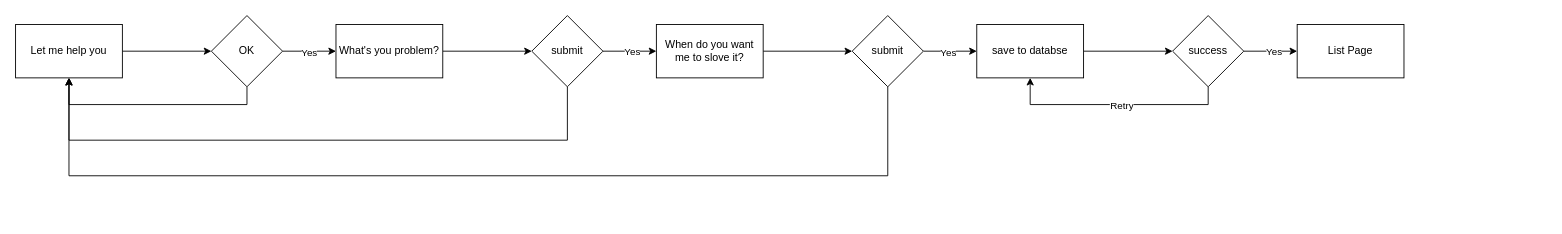
This is assets/未命名绘图.drawio from GitHubJiKe/drawio-assets, a draw.io file, before an edit. Source tidied: cells renumbered, new cells numbered last; positions are measured from the earlier drawing's top-left corner, leaving out a move shared by most shapes. Both pictures are drawn from the tidied source at 89%, with x=0, y=0 at pixel (15, 15).
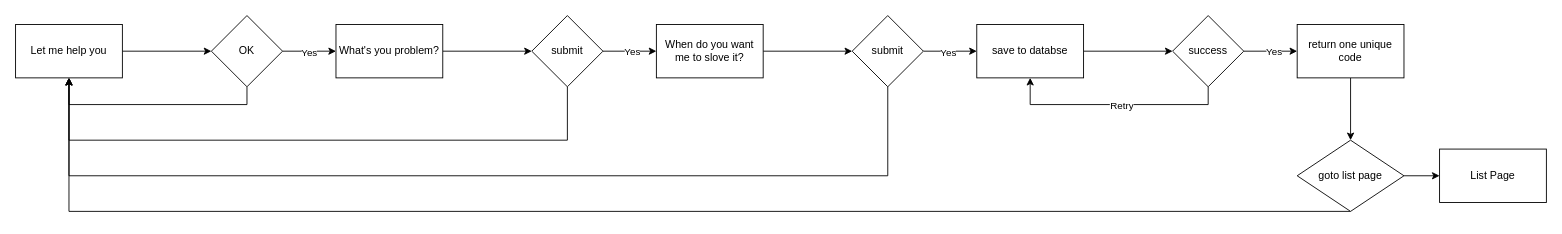
The same page after the edit.

The change refers to these unchanged cells:
```xml
<mxCell id="3" value="Let me help you" style="rounded=0;whiteSpace=wrap;html=1;" parent="1" vertex="1">
  <mxGeometry y="10" width="120" height="60" as="geometry" />
</mxCell>
```

Change to the diagram source:
```diff
@@
+    <mxCell id="28" style="edgeStyle=orthogonalEdgeStyle;rounded=0;jettySize=auto;html=1;" parent="1" edge="1" source="27" target="31">
+      <mxGeometry relative="1" as="geometry" />
+    </mxCell>
-    <mxCell id="27" value="List Page" style="whiteSpace=wrap;html=1;rounded=0;" parent="1" vertex="1">
+    <mxCell id="27" value="return one unique code" style="whiteSpace=wrap;html=1;rounded=0;" parent="1" vertex="1">
       <mxGeometry x="1440" y="10" width="120" height="60" as="geometry" />
     </mxCell>
+    <mxCell id="29" style="edgeStyle=orthogonalEdgeStyle;rounded=0;jettySize=auto;html=1;" parent="1" edge="1" source="31" target="32">
+      <mxGeometry relative="1" as="geometry" />
+    </mxCell>
+    <mxCell id="30" style="edgeStyle=orthogonalEdgeStyle;rounded=0;jettySize=auto;html=1;entryX=0.5;entryY=1;entryDx=0;entryDy=0;exitX=0.5;exitY=1;exitDx=0;exitDy=0;" parent="1" edge="1" source="31" target="3">
+      <mxGeometry relative="1" as="geometry">
+        <Array as="points">
+          <mxPoint x="60" y="220" />
+        </Array>
+      </mxGeometry>
+    </mxCell>
+    <mxCell id="31" value="goto list page" style="rhombus;whiteSpace=wrap;html=1;rounded=0;" parent="1" vertex="1">
+      <mxGeometry x="1440" y="140" width="120" height="80" as="geometry" />
+    </mxCell>
+    <mxCell id="32" value="List Page" style="whiteSpace=wrap;html=1;rounded=0;" parent="1" vertex="1">
+      <mxGeometry x="1600" y="150" width="120" height="60" as="geometry" />
+    </mxCell>
```
